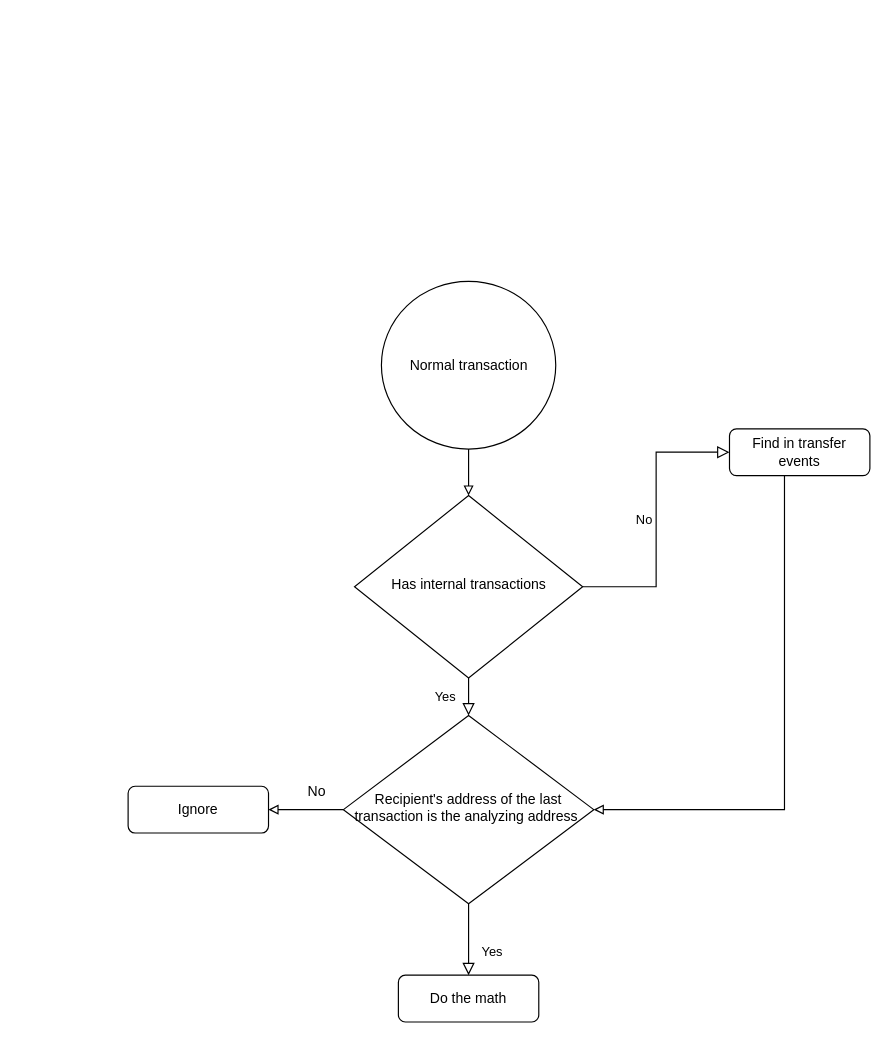
Earlier version of the draw.io diagram calculate_token_transfer_amount.drawio (trinhthinh388/my-assets-be). Source tidied: cells renumbered, new cells numbered last; positions are measured from the earlier drawing's top-left corner, leaving out a move shared by most shapes. Both pictures are drawn from the tidied source at 117%, with x=0, y=0 at pixel (128, 281).
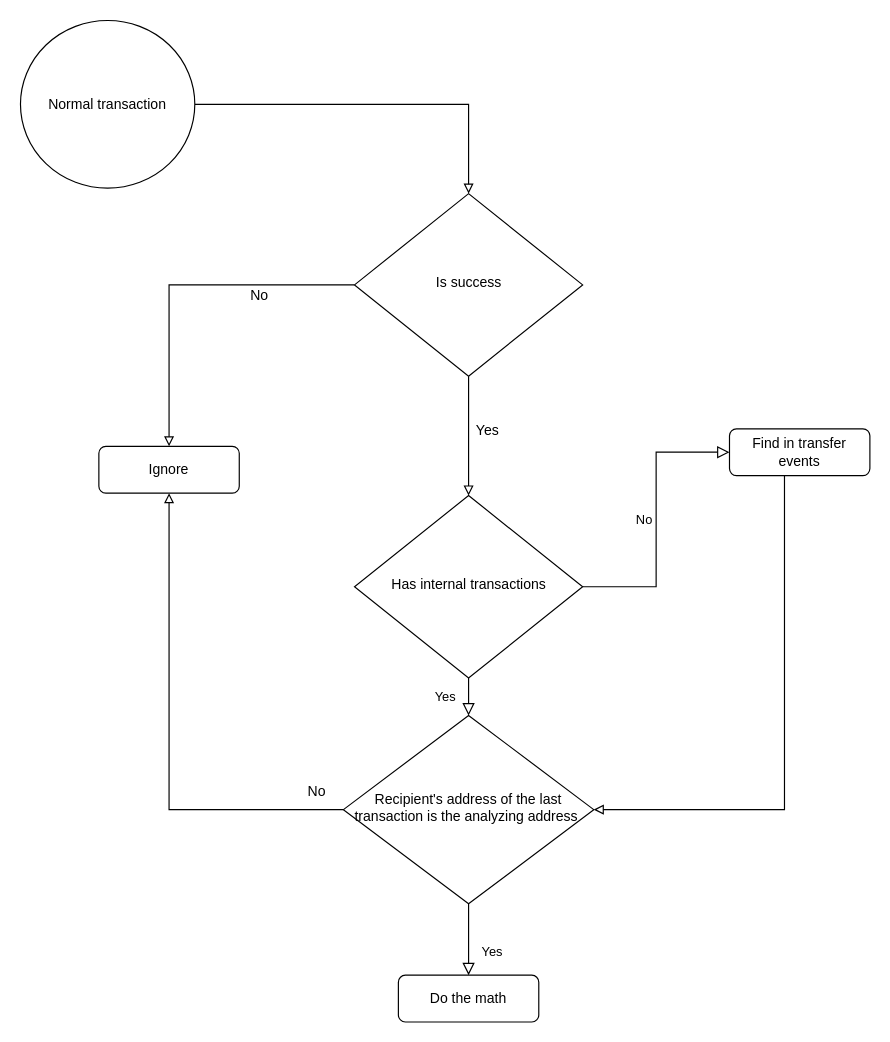
After the change.

Unchanged cells that the change refers to:
```xml
<mxCell id="4" value="Has internal transactions" style="rhombus;whiteSpace=wrap;html=1;shadow=0;fontFamily=Helvetica;fontSize=12;align=center;strokeWidth=1;spacing=6;spacingTop=-4;" parent="1" vertex="1">
  <mxGeometry x="193.5" y="183" width="195" height="156" as="geometry" />
</mxCell>
```

Change to the diagram source:
```diff
@@
     <mxCell id="9" value="Ignore" style="rounded=1;whiteSpace=wrap;html=1;fontSize=12;glass=0;strokeWidth=1;shadow=0;" parent="1" vertex="1">
-      <mxGeometry y="431.5" width="120" height="40" as="geometry" />
+      <mxGeometry x="-25" y="141" width="120" height="40" as="geometry" />
     </mxCell>
@@
-    <mxCell id="12" style="edgeStyle=orthogonalEdgeStyle;rounded=0;jettySize=auto;html=1;endArrow=block;endFill=0;" parent="1" edge="1" source="13" target="4">
-      <mxGeometry relative="1" as="geometry" />
-    </mxCell>
+    <mxCell id="15" style="edgeStyle=orthogonalEdgeStyle;rounded=0;jettySize=auto;html=1;endArrow=block;endFill=0;" parent="1" edge="1" source="13" target="18">
+      <mxGeometry relative="1" as="geometry" />
+    </mxCell>
     <mxCell id="13" value="Normal transaction" style="ellipse;whiteSpace=wrap;html=1;" parent="1" vertex="1">
-      <mxGeometry x="216.5" width="149" height="143.3" as="geometry" />
+      <mxGeometry x="-92" y="-223" width="149" height="143.3" as="geometry" />
     </mxCell>
@@
+    <mxCell id="16" style="edgeStyle=orthogonalEdgeStyle;rounded=0;jettySize=auto;html=1;endArrow=block;endFill=0;" parent="1" edge="1" source="18" target="4">
+      <mxGeometry relative="1" as="geometry" />
+    </mxCell>
+    <mxCell id="17" style="edgeStyle=orthogonalEdgeStyle;rounded=0;jettySize=auto;html=1;entryX=0.5;entryY=0;entryDx=0;entryDy=0;endArrow=block;endFill=0;" parent="1" edge="1" source="18" target="9">
+      <mxGeometry relative="1" as="geometry" />
+    </mxCell>
+    <mxCell id="18" value="Is success" style="rhombus;whiteSpace=wrap;html=1;shadow=0;fontFamily=Helvetica;fontSize=12;align=center;strokeWidth=1;spacing=6;spacingTop=-4;" parent="1" vertex="1">
+      <mxGeometry x="193.5" y="-75" width="195" height="156" as="geometry" />
+    </mxCell>
+    <mxCell id="19" value="Yes" style="text;html=1;align=center;verticalAlign=middle;strokeColor=none;fillColor=none;" parent="1" vertex="1">
+      <mxGeometry x="292" y="119" width="30" height="18" as="geometry" />
+    </mxCell>
+    <mxCell id="20" value="No" style="text;html=1;align=center;verticalAlign=middle;strokeColor=none;fillColor=none;" parent="1" vertex="1">
+      <mxGeometry x="99" y="3" width="26" height="18" as="geometry" />
+    </mxCell>
```
